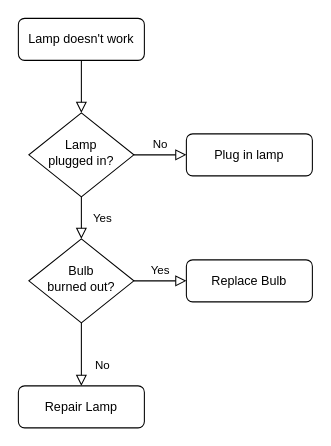
APOgamer/MaterialKPR keeps this draw.io diagram as Diagrama sin título.drawio. Above is the earlier version. Source tidied: cells renumbered, new cells numbered last; positions are measured from the earlier drawing's top-left corner, leaving out a move shared by most shapes. Both pictures are drawn from the tidied source at 105%, with x=0, y=0 at pixel (18, 18).
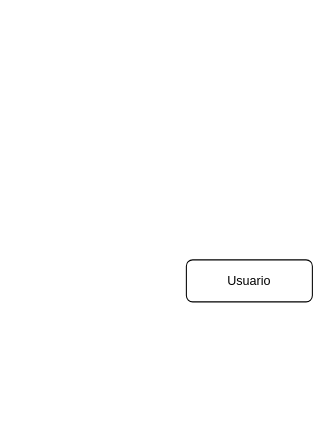
Above is the later version.

The edit, as a diff of the source:
```diff
@@
 <mxGraphModel>
   <root>
     <mxCell id="0" />
     <mxCell id="1" parent="0" />
-    <mxCell id="2" style="rounded=0;html=1;jettySize=auto;fontSize=11;endArrow=block;endFill=0;endSize=8;strokeWidth=1;shadow=0;labelBackgroundColor=none;edgeStyle=orthogonalEdgeStyle;" parent="1" edge="1" source="3" target="6">
-      <mxGeometry relative="1" as="geometry" />
-    </mxCell>
-    <mxCell id="3" value="Lamp doesn't work" style="rounded=1;whiteSpace=wrap;html=1;fontSize=12;glass=0;strokeWidth=1;shadow=0;" parent="1" vertex="1">
-      <mxGeometry width="120" height="40" as="geometry" />
-    </mxCell>
-    <mxCell id="4" value="Yes" style="rounded=0;html=1;jettySize=auto;fontSize=11;endArrow=block;endFill=0;endSize=8;strokeWidth=1;shadow=0;labelBackgroundColor=none;edgeStyle=orthogonalEdgeStyle;" parent="1" edge="1" source="6" target="10">
-      <mxGeometry y="20" relative="1" as="geometry" />
-    </mxCell>
-    <mxCell id="5" value="No" style="edgeStyle=orthogonalEdgeStyle;rounded=0;html=1;jettySize=auto;fontSize=11;endArrow=block;endFill=0;endSize=8;strokeWidth=1;shadow=0;labelBackgroundColor=none;" parent="1" edge="1" source="6" target="7">
-      <mxGeometry y="10" relative="1" as="geometry" />
-    </mxCell>
-    <mxCell id="6" value="Lamp&lt;br&gt;plugged in?" style="rhombus;whiteSpace=wrap;html=1;shadow=0;fontFamily=Helvetica;fontSize=12;align=center;strokeWidth=1;spacing=6;spacingTop=-4;" parent="1" vertex="1">
-      <mxGeometry x="10" y="90" width="100" height="80" as="geometry" />
-    </mxCell>
-    <mxCell id="7" value="Plug in lamp" style="rounded=1;whiteSpace=wrap;html=1;fontSize=12;glass=0;strokeWidth=1;shadow=0;" parent="1" vertex="1">
-      <mxGeometry x="160" y="110" width="120" height="40" as="geometry" />
-    </mxCell>
-    <mxCell id="8" value="No" style="rounded=0;html=1;jettySize=auto;fontSize=11;endArrow=block;endFill=0;endSize=8;strokeWidth=1;shadow=0;labelBackgroundColor=none;edgeStyle=orthogonalEdgeStyle;" parent="1" edge="1" source="10" target="11">
-      <mxGeometry x="0.33" y="20" relative="1" as="geometry" />
-    </mxCell>
-    <mxCell id="9" value="Yes" style="edgeStyle=orthogonalEdgeStyle;rounded=0;html=1;jettySize=auto;fontSize=11;endArrow=block;endFill=0;endSize=8;strokeWidth=1;shadow=0;labelBackgroundColor=none;" parent="1" edge="1" source="10" target="12">
-      <mxGeometry y="10" relative="1" as="geometry" />
-    </mxCell>
-    <mxCell id="10" value="Bulb&lt;br&gt;burned out?" style="rhombus;whiteSpace=wrap;html=1;shadow=0;fontFamily=Helvetica;fontSize=12;align=center;strokeWidth=1;spacing=6;spacingTop=-4;" parent="1" vertex="1">
-      <mxGeometry x="10" y="210" width="100" height="80" as="geometry" />
-    </mxCell>
-    <mxCell id="11" value="Repair Lamp" style="rounded=1;whiteSpace=wrap;html=1;fontSize=12;glass=0;strokeWidth=1;shadow=0;" parent="1" vertex="1">
-      <mxGeometry y="350" width="120" height="40" as="geometry" />
-    </mxCell>
-    <mxCell id="12" value="Replace Bulb" style="rounded=1;whiteSpace=wrap;html=1;fontSize=12;glass=0;strokeWidth=1;shadow=0;" parent="1" vertex="1">
+    <mxCell id="12" value="Usuario" style="rounded=1;whiteSpace=wrap;html=1;fontSize=12;glass=0;strokeWidth=1;shadow=0;" parent="1" vertex="1">
       <mxGeometry x="160" y="230" width="120" height="40" as="geometry" />
     </mxCell>
   </root>
 </mxGraphModel>
```
